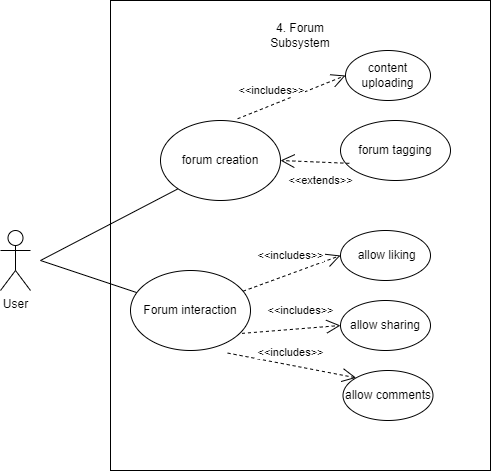
The draw.io diagram docs/doc_images/Forums.png in COS301-SE-2024/TailWaggr, before a commit. Source tidied: cells renumbered, new cells last; positions are measured from the earlier drawing's top-left corner, leaving out a move shared by most shapes.
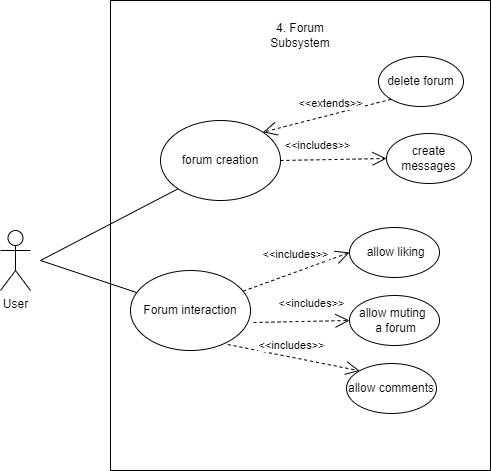
The same file after the commit.

What changed in the source:
```diff
@@ -2,9 +2,9 @@
   <root>
     <mxCell id="0" />
     <mxCell id="1" parent="0" />
-    <mxCell id="2" style="rounded=0;whiteSpace=wrap;html=1;" parent="1" vertex="1">
-      <mxGeometry x="110" width="380" height="470" as="geometry" />
-    </mxCell>
+    <mxCell id="19" style="rounded=0;whiteSpace=wrap;html=1;" parent="1" vertex="1">
+      <mxGeometry x="110" width="380" height="470" as="geometry" />
+    </mxCell>
     <mxCell id="3" value="forum creation" style="ellipse;whiteSpace=wrap;html=1;" parent="1" vertex="1">
       <mxGeometry x="160" y="120" width="120" height="80" as="geometry" />
     </mxCell>
@@ -14,48 +14,50 @@
     <mxCell id="5" value="User" style="shape=umlActor;verticalLabelPosition=bottom;verticalAlign=top;html=1;" parent="1" vertex="1">
       <mxGeometry y="230" width="30" height="60" as="geometry" />
     </mxCell>
-    <mxCell id="6" style="endArrow=none;html=1;rounded=0;" parent="1" edge="1" target="4">
-      <mxGeometry relative="1" as="geometry">
-        <mxPoint x="40" y="260" as="sourcePoint" />
-      </mxGeometry>
-    </mxCell>
-    <mxCell id="7" value="content uploading" style="ellipse;whiteSpace=wrap;html=1;" parent="1" vertex="1">
-      <mxGeometry x="345" y="50" width="85" height="50" as="geometry" />
-    </mxCell>
-    <mxCell id="8" value="forum tagging" style="ellipse;whiteSpace=wrap;html=1;" parent="1" vertex="1">
-      <mxGeometry x="340" y="120" width="110" height="60" as="geometry" />
-    </mxCell>
+    <mxCell id="20" style="endArrow=none;html=1;rounded=0;" parent="1" edge="1" target="4">
+      <mxGeometry relative="1" as="geometry">
+        <mxPoint x="40" y="260" as="sourcePoint" />
+      </mxGeometry>
+    </mxCell>
+    <mxCell id="21" value="create messages" style="ellipse;whiteSpace=wrap;html=1;" parent="1" vertex="1">
+      <mxGeometry x="386" y="133" width="85" height="50" as="geometry" />
+    </mxCell>
     <mxCell id="9" value="&amp;nbsp;allow liking" style="ellipse;whiteSpace=wrap;html=1;" parent="1" vertex="1">
-      <mxGeometry x="340" y="230" width="90" height="50" as="geometry" />
+      <mxGeometry x="349" y="227" width="90" height="50" as="geometry" />
     </mxCell>
-    <mxCell id="10" value="allow sharing" style="ellipse;whiteSpace=wrap;html=1;" parent="1" vertex="1">
-      <mxGeometry x="340" y="300" width="90" height="50" as="geometry" />
-    </mxCell>
-    <mxCell id="11" value="&amp;lt;&amp;lt;includes&amp;gt;&amp;gt;" style="endArrow=open;endSize=12;dashed=1;html=1;rounded=0;entryX=0;entryY=0.5;entryDx=0;entryDy=0;exitX=0.643;exitY=-0.022;exitDx=0;exitDy=0;exitPerimeter=0;" parent="1" edge="1" source="3" target="7">
-      <mxGeometry x="-0.29" y="14" relative="1" as="geometry" />
-    </mxCell>
-    <mxCell id="12" value="&amp;lt;&amp;lt;extends&amp;gt;&amp;gt;" style="endArrow=open;endSize=12;dashed=1;html=1;rounded=0;entryX=1;entryY=0.5;entryDx=0;entryDy=0;exitX=0.08;exitY=0.714;exitDx=0;exitDy=0;exitPerimeter=0;" parent="1" edge="1" source="8" target="3">
-      <mxGeometry x="-0.18" y="18" relative="1" as="geometry" />
-    </mxCell>
+    <mxCell id="22" value="allow muting&amp;nbsp;&lt;br&gt;&amp;nbsp;a forum" style="ellipse;whiteSpace=wrap;html=1;" parent="1" vertex="1">
+      <mxGeometry x="349" y="295" width="90" height="50" as="geometry" />
+    </mxCell>
+    <mxCell id="23" value="&amp;lt;&amp;lt;includes&amp;gt;&amp;gt;" style="endArrow=open;endSize=12;dashed=1;html=1;rounded=0;entryX=0;entryY=0.5;entryDx=0;entryDy=0;exitX=1;exitY=0.5;exitDx=0;exitDy=0;" parent="1" edge="1" source="3" target="21">
+      <mxGeometry x="-0.29" y="14" relative="1" as="geometry" />
+    </mxCell>
     <mxCell id="13" value="&amp;lt;&amp;lt;includes&amp;gt;&amp;gt;" style="endArrow=open;endSize=12;dashed=1;html=1;rounded=0;entryX=0;entryY=0.5;entryDx=0;entryDy=0;" parent="1" edge="1" source="4" target="9">
       <mxGeometry x="0.1" y="17" relative="1" as="geometry" />
     </mxCell>
-    <mxCell id="14" value="&amp;lt;&amp;lt;includes&amp;gt;&amp;gt;" style="endArrow=open;endSize=12;dashed=1;html=1;rounded=0;exitX=0.929;exitY=0.786;exitDx=0;exitDy=0;exitPerimeter=0;entryX=0;entryY=0.5;entryDx=0;entryDy=0;" parent="1" edge="1" source="4" target="10">
-      <mxGeometry x="0.22" y="18" relative="1" as="geometry" />
-    </mxCell>
-    <mxCell id="15" style="endArrow=none;html=1;rounded=0;entryX=0;entryY=1;entryDx=0;entryDy=0;" parent="1" edge="1" target="3">
-      <mxGeometry relative="1" as="geometry">
-        <mxPoint x="40" y="260" as="sourcePoint" />
-      </mxGeometry>
-    </mxCell>
+    <mxCell id="24" value="&amp;lt;&amp;lt;includes&amp;gt;&amp;gt;" style="endArrow=open;endSize=12;dashed=1;html=1;rounded=0;exitX=1.025;exitY=0.65;exitDx=0;exitDy=0;exitPerimeter=0;entryX=0;entryY=0.5;entryDx=0;entryDy=0;" parent="1" edge="1" source="4" target="22">
+      <mxGeometry x="0.22" y="18" relative="1" as="geometry" />
+    </mxCell>
+    <mxCell id="25" style="endArrow=none;html=1;rounded=0;entryX=0;entryY=1;entryDx=0;entryDy=0;" parent="1" edge="1" target="3">
+      <mxGeometry relative="1" as="geometry">
+        <mxPoint x="40" y="260" as="sourcePoint" />
+      </mxGeometry>
+    </mxCell>
     <mxCell id="16" value="allow comments" style="ellipse;whiteSpace=wrap;html=1;" parent="1" vertex="1">
-      <mxGeometry x="342.5" y="370" width="90" height="50" as="geometry" />
+      <mxGeometry x="346" y="363" width="90" height="50" as="geometry" />
     </mxCell>
-    <mxCell id="17" value="&amp;lt;&amp;lt;includes&amp;gt;&amp;gt;" style="endArrow=open;endSize=12;dashed=1;html=1;rounded=0;entryX=0;entryY=0;entryDx=0;entryDy=0;exitX=0.81;exitY=1.032;exitDx=0;exitDy=0;exitPerimeter=0;" parent="1" edge="1" source="4" target="16">
+    <mxCell id="17" value="&amp;lt;&amp;lt;includes&amp;gt;&amp;gt;" style="endArrow=open;endSize=12;dashed=1;html=1;rounded=0;entryX=0;entryY=0;entryDx=0;entryDy=0;exitX=0.81;exitY=0.925;exitDx=0;exitDy=0;exitPerimeter=0;" parent="1" edge="1" source="4" target="16">
       <mxGeometry x="-0.06" y="12" relative="1" as="geometry" />
     </mxCell>
     <mxCell id="18" value="4. Forum Subsystem" style="text;html=1;align=center;verticalAlign=middle;whiteSpace=wrap;rounded=0;" parent="1" vertex="1">
       <mxGeometry x="270" y="20" width="60" height="30" as="geometry" />
     </mxCell>
+    <mxCell id="26" value="delete forum" style="ellipse;whiteSpace=wrap;html=1;" parent="1" vertex="1">
+      <mxGeometry x="378" y="56" width="85" height="50" as="geometry" />
+    </mxCell>
+    <mxCell id="12" value="&amp;lt;&amp;lt;extends&amp;gt;&amp;gt;" style="endArrow=open;endSize=12;dashed=1;html=1;rounded=0;entryX=1;entryY=0;entryDx=0;entryDy=0;exitX=0;exitY=1;exitDx=0;exitDy=0;" parent="1" edge="1" source="26" target="3">
+      <mxGeometry x="-0.11" y="-11" relative="1" as="geometry">
+        <mxPoint x="-1" as="offset" />
+      </mxGeometry>
+    </mxCell>
   </root>
 </mxGraphModel>
```
